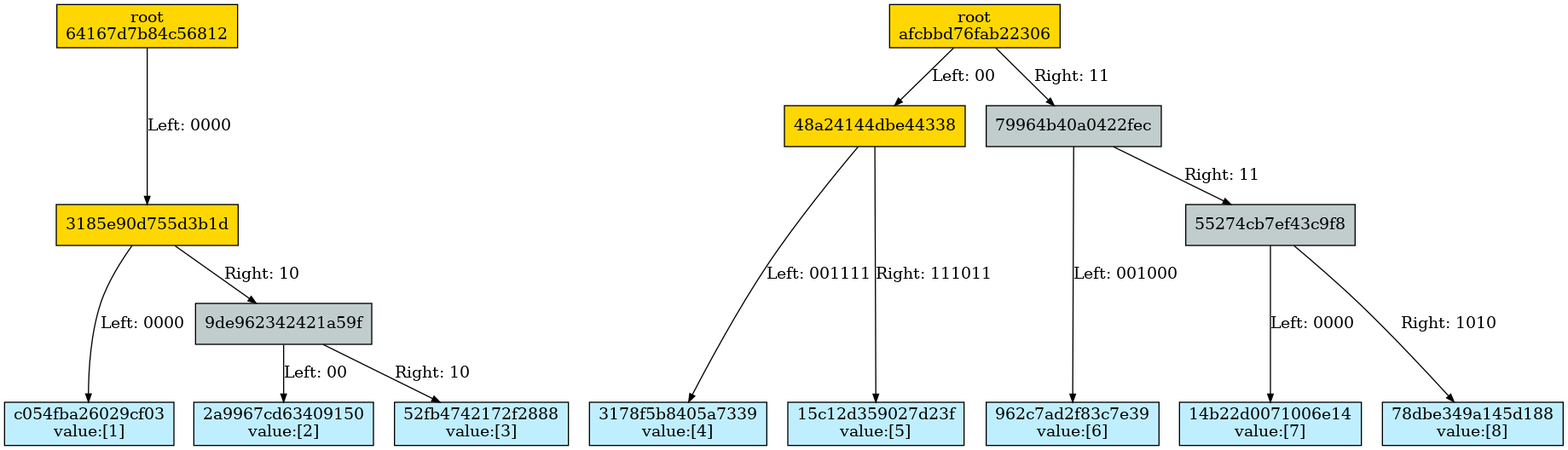
Earlier version of the Graphviz export docs/merkle_tree/split_details/8_finished.dot.png (juicebox-systems/juicebox-hsm-realm). Its source is kept beside it as docs/merkle_tree/split_details/8_finished.dot.
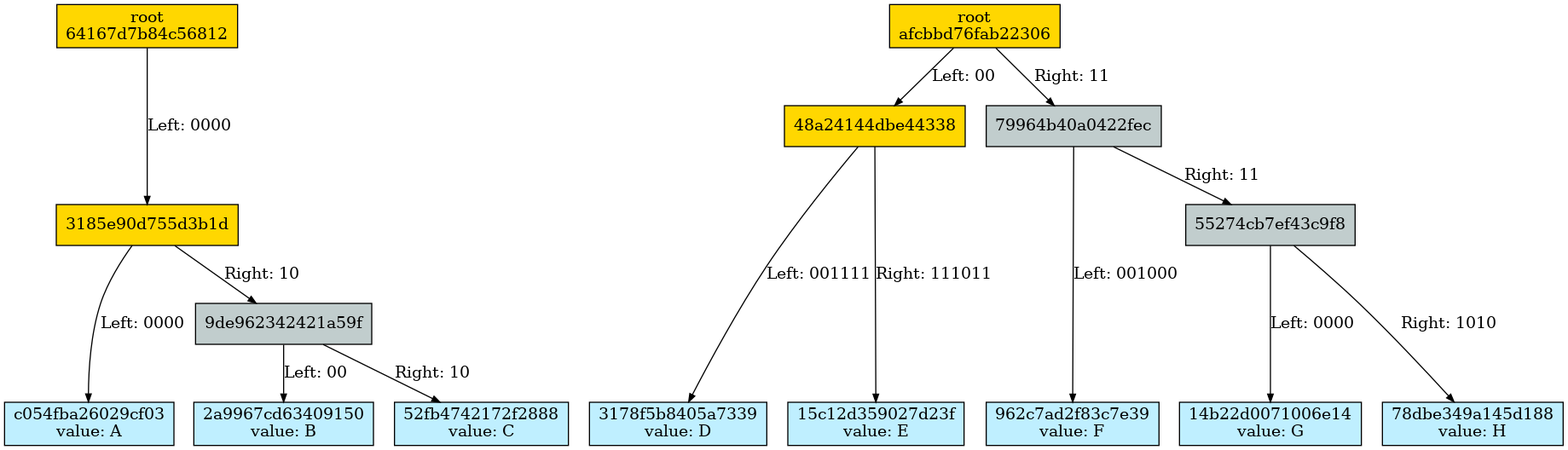
The same file after the commit.

Change to the diagram source:
```diff
@@ -31,9 +31,9 @@
 Subgraph depth_256 {
 rank=same
 
-hc054fba26029cf03 [fillcolor=lightblue1 label="c054fba26029cf03\nvalue:[1]" ordering=out shape=box style=filled ];
-h2a9967cd63409150 [fillcolor=lightblue1 label="2a9967cd63409150\nvalue:[2]" ordering=out shape=box style=filled ];
-h52fb4742172f2888 [fillcolor=lightblue1 label="52fb4742172f2888\nvalue:[3]" ordering=out shape=box style=filled ];
+hc054fba26029cf03 [fillcolor=lightblue1 label="c054fba26029cf03\nvalue: A" ordering=out shape=box style=filled ];
+h2a9967cd63409150 [fillcolor=lightblue1 label="2a9967cd63409150\nvalue: B" ordering=out shape=box style=filled ];
+h52fb4742172f2888 [fillcolor=lightblue1 label="52fb4742172f2888\nvalue: C" ordering=out shape=box style=filled ];
 }
 
 
@@ -62,11 +62,11 @@
 Subgraph depth_256 {
 rank=same
 
-h3178f5b8405a7339 [fillcolor=lightblue1 label="3178f5b8405a7339\nvalue:[4]" ordering=out shape=box style=filled ];
-h15c12d359027d23f [fillcolor=lightblue1 label="15c12d359027d23f\nvalue:[5]" ordering=out shape=box style=filled ];
-h962c7ad2f83c7e39 [fillcolor=lightblue1 label="962c7ad2f83c7e39\nvalue:[6]" ordering=out shape=box style=filled ];
-h14b22d0071006e14 [fillcolor=lightblue1 label="14b22d0071006e14\nvalue:[7]" ordering=out shape=box style=filled ];
-h78dbe349a145d188 [fillcolor=lightblue1 label="78dbe349a145d188\nvalue:[8]" ordering=out shape=box style=filled ];
+h3178f5b8405a7339 [fillcolor=lightblue1 label="3178f5b8405a7339\nvalue: D" ordering=out shape=box style=filled ];
+h15c12d359027d23f [fillcolor=lightblue1 label="15c12d359027d23f\nvalue: E" ordering=out shape=box style=filled ];
+h962c7ad2f83c7e39 [fillcolor=lightblue1 label="962c7ad2f83c7e39\nvalue: F" ordering=out shape=box style=filled ];
+h14b22d0071006e14 [fillcolor=lightblue1 label="14b22d0071006e14\nvalue: G" ordering=out shape=box style=filled ];
+h78dbe349a145d188 [fillcolor=lightblue1 label="78dbe349a145d188\nvalue: H" ordering=out shape=box style=filled ];
 }
 
 
```
